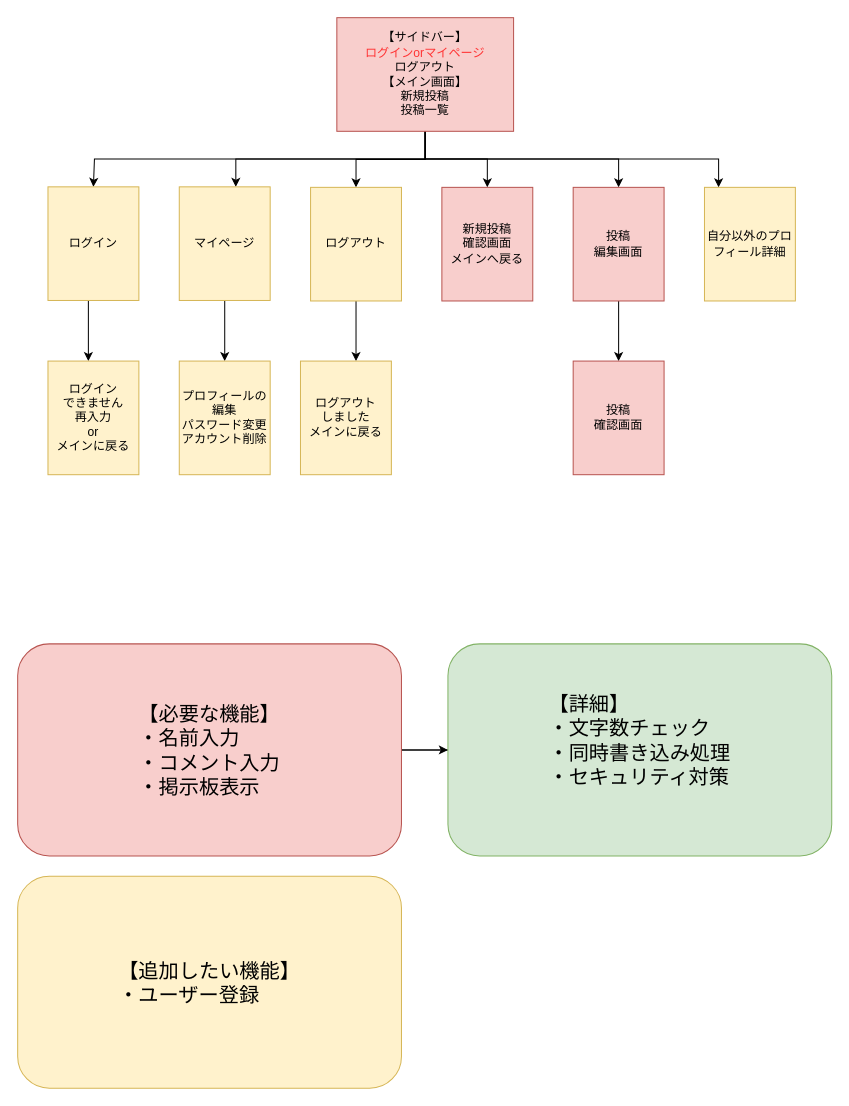
The draw.io diagram Untitled Diagram.drawio in miharu-kon/board, before the edit. Source tidied: cells renumbered, new cells numbered last; positions are measured from the earlier drawing's top-left corner, leaving out a move shared by most shapes. Both pictures are drawn from the tidied source at 101%, with x=0, y=0 at pixel (17, 17).
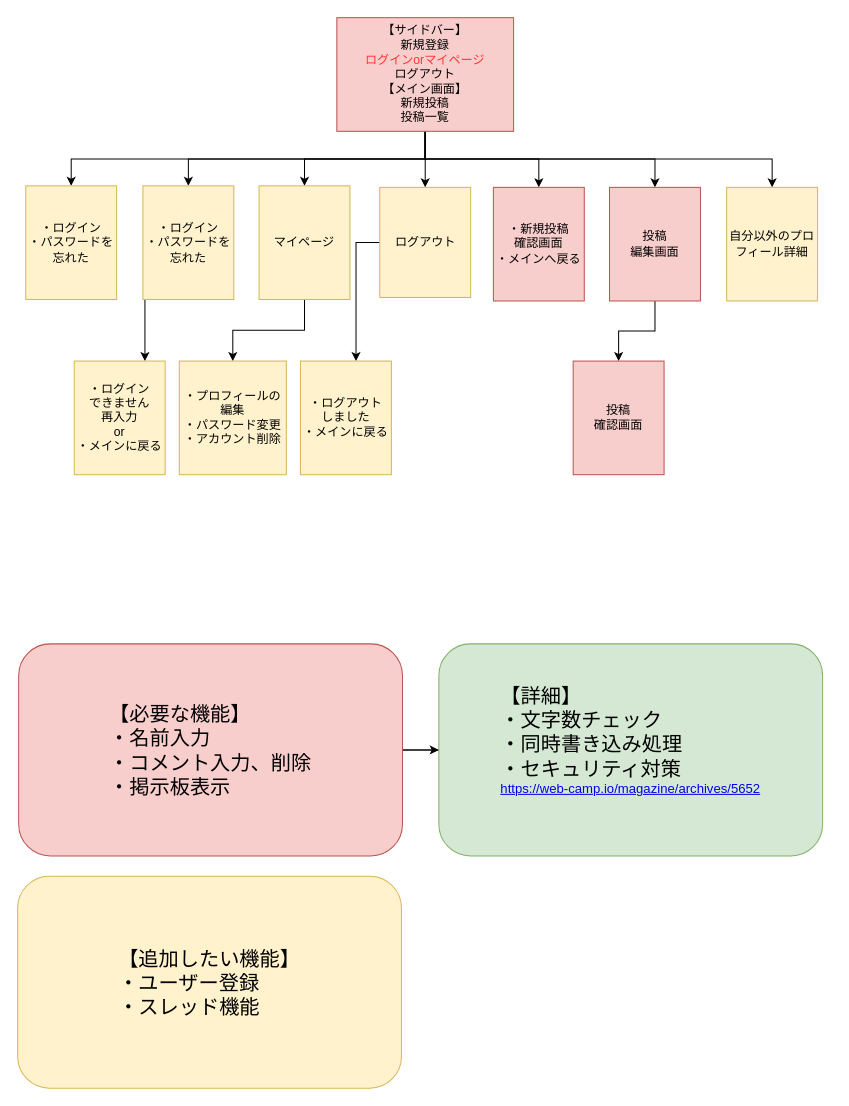
The same page after the edit.

Commit message (it also covers changes not shown here):
Untitled Diagram.drawio を更新します

The edit, as a diff of the source:
```diff
@@
     <mxCell id="2" style="edgeStyle=orthogonalEdgeStyle;rounded=0;jettySize=auto;html=1;entryX=0.5;entryY=0;entryDx=0;entryDy=0;" parent="1" edge="1" source="8" target="10">
       <mxGeometry relative="1" as="geometry">
         <Array as="points">
-          <mxPoint x="403" y="140" />
-          <mxPoint x="76" y="140" />
-          <mxPoint x="76" y="168" />
+          <mxPoint x="404" y="140" />
+          <mxPoint x="169" y="140" />
         </Array>
       </mxGeometry>
     </mxCell>
     <mxCell id="3" style="edgeStyle=orthogonalEdgeStyle;rounded=0;jettySize=auto;html=1;" parent="1" edge="1" source="8" target="13">
       <mxGeometry relative="1" as="geometry">
         <Array as="points">
-          <mxPoint x="403" y="140" />
-          <mxPoint x="216" y="140" />
+          <mxPoint x="404" y="140" />
+          <mxPoint x="284" y="140" />
         </Array>
       </mxGeometry>
     </mxCell>
-    <mxCell id="4" style="edgeStyle=orthogonalEdgeStyle;rounded=0;jettySize=auto;html=1;" parent="1" edge="1" source="8" target="15">
-      <mxGeometry relative="1" as="geometry" />
-    </mxCell>
     <mxCell id="5" style="edgeStyle=orthogonalEdgeStyle;rounded=0;jettySize=auto;html=1;" parent="1" edge="1" source="8" target="16">
       <mxGeometry relative="1" as="geometry">
         <Array as="points">
-          <mxPoint x="403" y="140" />
-          <mxPoint x="694" y="140" />
+          <mxPoint x="404" y="140" />
+          <mxPoint x="747" y="140" />
         </Array>
       </mxGeometry>
     </mxCell>
     <mxCell id="6" style="edgeStyle=orthogonalEdgeStyle;rounded=0;jettySize=auto;html=1;" parent="1" edge="1" source="8" target="23">
       <mxGeometry relative="1" as="geometry">
         <Array as="points">
-          <mxPoint x="403" y="140" />
-          <mxPoint x="465" y="140" />
+          <mxPoint x="404" y="140" />
+          <mxPoint x="516" y="140" />
         </Array>
       </mxGeometry>
     </mxCell>
     <mxCell id="7" style="edgeStyle=orthogonalEdgeStyle;rounded=0;jettySize=auto;html=1;" parent="1" edge="1" source="8" target="25">
       <mxGeometry relative="1" as="geometry">
         <Array as="points">
-          <mxPoint x="403" y="140" />
-          <mxPoint x="595" y="140" />
+          <mxPoint x="404" y="140" />
+          <mxPoint x="631" y="140" />
         </Array>
       </mxGeometry>
     </mxCell>
+    <mxCell id="28" style="edgeStyle=orthogonalEdgeStyle;rounded=0;jettySize=auto;html=1;entryX=0.5;entryY=0;entryDx=0;entryDy=0;" parent="1" edge="1" source="8" target="29">
+      <mxGeometry relative="1" as="geometry">
+        <Array as="points">
+          <mxPoint x="404" y="140" />
+          <mxPoint x="53" y="140" />
+        </Array>
+      </mxGeometry>
+    </mxCell>
+    <mxCell id="4" style="edgeStyle=orthogonalEdgeStyle;rounded=0;jettySize=auto;html=1;entryX=0.5;entryY=0;entryDx=0;entryDy=0;" parent="1" edge="1" source="8" target="15">
+      <mxGeometry relative="1" as="geometry" />
+    </mxCell>
-    <mxCell id="8" value="&lt;span&gt;【サイドバー】&lt;br&gt;&lt;font color=&quot;#ff3333&quot;&gt;ログインorマイページ&lt;/font&gt;&lt;/span&gt;&lt;br&gt;&lt;span&gt;ログアウト&lt;br&gt;【メイン画面】&lt;br&gt;新規投稿&lt;br&gt;投稿一覧&lt;/span&gt;" style="rounded=0;whiteSpace=wrap;html=1;fillColor=#f8cecc;strokeColor=#b85450;" parent="1" vertex="1">
+    <mxCell id="8" value="&lt;span&gt;【サイドバー】&lt;br&gt;新規登録&lt;br&gt;&lt;font color=&quot;#ff3333&quot;&gt;ログインorマイページ&lt;/font&gt;&lt;/span&gt;&lt;br&gt;&lt;span&gt;ログアウト&lt;br&gt;【メイン画面】&lt;br&gt;新規投稿&lt;br&gt;投稿一覧&lt;/span&gt;" style="rounded=0;whiteSpace=wrap;html=1;fillColor=#f8cecc;strokeColor=#b85450;" parent="1" vertex="1">
       <mxGeometry x="316" width="175" height="112.5" as="geometry" />
     </mxCell>
     <mxCell id="9" style="edgeStyle=orthogonalEdgeStyle;rounded=0;jettySize=auto;html=1;" parent="1" edge="1" source="10" target="11">
       <mxGeometry relative="1" as="geometry">
         <Array as="points">
-          <mxPoint x="70" y="300" />
-          <mxPoint x="70" y="300" />
+          <mxPoint x="126" y="310" />
+          <mxPoint x="126" y="310" />
         </Array>
       </mxGeometry>
     </mxCell>
-    <mxCell id="10" value="ログイン" style="whiteSpace=wrap;html=1;rounded=0;fillColor=#fff2cc;strokeColor=#d6b656;" parent="1" vertex="1">
-      <mxGeometry x="30" y="167.5" width="90" height="112.5" as="geometry" />
+    <mxCell id="10" value="・ログイン&lt;br&gt;・パスワードを忘れた" style="whiteSpace=wrap;html=1;rounded=0;fillColor=#fff2cc;strokeColor=#d6b656;" parent="1" vertex="1">
+      <mxGeometry x="124" y="166.5" width="90" height="112.5" as="geometry" />
     </mxCell>
-    <mxCell id="11" value="ログイン&lt;br&gt;できません&lt;br&gt;再入力&lt;br&gt;or&lt;br&gt;メインに戻る" style="whiteSpace=wrap;html=1;rounded=0;fillColor=#fff2cc;strokeColor=#d6b656;" parent="1" vertex="1">
-      <mxGeometry x="30" y="340" width="90" height="112.5" as="geometry" />
+    <mxCell id="11" value="・ログイン&lt;br&gt;できません&lt;br&gt;再入力&lt;br&gt;or&lt;br&gt;・メインに戻る" style="whiteSpace=wrap;html=1;rounded=0;fillColor=#fff2cc;strokeColor=#d6b656;" parent="1" vertex="1">
+      <mxGeometry x="56" y="340" width="90" height="112.5" as="geometry" />
     </mxCell>
@@
     <mxCell id="13" value="マイページ" style="rounded=0;whiteSpace=wrap;html=1;fillColor=#fff2cc;strokeColor=#d6b656;" parent="1" vertex="1">
-      <mxGeometry x="160" y="167.5" width="90" height="112.5" as="geometry" />
+      <mxGeometry x="239" y="166.5" width="90" height="112.5" as="geometry" />
     </mxCell>
@@
     <mxCell id="15" value="ログアウト" style="rounded=0;whiteSpace=wrap;html=1;fillColor=#fff2cc;strokeColor=#d6b656;" parent="1" vertex="1">
-      <mxGeometry x="290" y="168" width="90" height="112.5" as="geometry" />
+      <mxGeometry x="358.5" y="168" width="90" height="109" as="geometry" />
     </mxCell>
     <mxCell id="16" value="自分以外のプロフィール詳細" style="rounded=0;whiteSpace=wrap;html=1;fillColor=#fff2cc;strokeColor=#d6b656;" parent="1" vertex="1">
-      <mxGeometry x="680" y="168" width="90" height="112.5" as="geometry" />
+      <mxGeometry x="702" y="168" width="90" height="112.5" as="geometry" />
     </mxCell>
-    <mxCell id="17" value="プロフィールの編集&lt;br&gt;パスワード変更&lt;br&gt;アカウント削除" style="whiteSpace=wrap;html=1;rounded=0;fillColor=#fff2cc;strokeColor=#d6b656;" parent="1" vertex="1">
-      <mxGeometry x="160" y="340" width="90" height="112.5" as="geometry" />
+    <mxCell id="17" value="・プロフィールの編集&lt;br&gt;・パスワード変更&lt;br&gt;・アカウント削除" style="whiteSpace=wrap;html=1;rounded=0;fillColor=#fff2cc;strokeColor=#d6b656;" parent="1" vertex="1">
+      <mxGeometry x="160" y="340" width="106" height="112.5" as="geometry" />
     </mxCell>
-    <mxCell id="18" value="ログアウト&lt;br&gt;しました&lt;br&gt;メインに戻る" style="whiteSpace=wrap;html=1;rounded=0;fillColor=#fff2cc;strokeColor=#d6b656;" parent="1" vertex="1">
+    <mxCell id="18" value="・ログアウト&lt;br&gt;しました&lt;br&gt;・メインに戻る" style="whiteSpace=wrap;html=1;rounded=0;fillColor=#fff2cc;strokeColor=#d6b656;" parent="1" vertex="1">
       <mxGeometry x="280" y="340" width="90" height="112.5" as="geometry" />
     </mxCell>
@@
-    <mxCell id="21" value="&lt;div style=&quot;text-align: left&quot;&gt;&lt;span style=&quot;font-size: 20px&quot;&gt;【必要な機能】&lt;/span&gt;&lt;/div&gt;&lt;font style=&quot;font-size: 20px&quot;&gt;&lt;div style=&quot;text-align: left&quot;&gt;・名前入力&lt;/div&gt;&lt;div style=&quot;text-align: left&quot;&gt;・コメント入力&lt;/div&gt;&lt;/font&gt;&lt;span style=&quot;font-size: 20px&quot;&gt;&lt;div style=&quot;text-align: left&quot;&gt;・掲示板表示&lt;/div&gt;&lt;/span&gt;" style="rounded=1;whiteSpace=wrap;html=1;fillColor=#f8cecc;strokeColor=#b85450;" parent="1" vertex="1">
-      <mxGeometry y="620" width="380" height="210" as="geometry" />
+    <mxCell id="21" value="&lt;div style=&quot;text-align: left&quot;&gt;&lt;span style=&quot;font-size: 20px&quot;&gt;【必要な機能】&lt;/span&gt;&lt;/div&gt;&lt;font style=&quot;font-size: 20px&quot;&gt;&lt;div style=&quot;text-align: left&quot;&gt;・名前入力&lt;/div&gt;&lt;div style=&quot;text-align: left&quot;&gt;・コメント入力、削除&lt;/div&gt;&lt;/font&gt;&lt;span style=&quot;font-size: 20px&quot;&gt;&lt;div style=&quot;text-align: left&quot;&gt;・掲示板表示&lt;/div&gt;&lt;/span&gt;" style="rounded=1;whiteSpace=wrap;html=1;fillColor=#f8cecc;strokeColor=#b85450;" parent="1" vertex="1">
+      <mxGeometry x="1" y="620" width="380" height="210" as="geometry" />
     </mxCell>
-    <mxCell id="22" value="&lt;div style=&quot;text-align: justify ; font-size: 20px&quot;&gt;&lt;font style=&quot;font-size: 20px&quot;&gt;【詳細】&lt;/font&gt;&lt;/div&gt;&lt;div style=&quot;text-align: justify ; font-size: 20px&quot;&gt;&lt;span&gt;・文字数チェック&lt;/span&gt;&lt;/div&gt;&lt;font style=&quot;font-size: 20px&quot;&gt;&lt;div style=&quot;text-align: justify&quot;&gt;・同時書き込み処理&lt;/div&gt;&lt;div style=&quot;text-align: justify&quot;&gt;・セキュリティ対策&lt;/div&gt;&lt;p&gt;&lt;/p&gt;&lt;/font&gt;" style="rounded=1;whiteSpace=wrap;html=1;fillColor=#d5e8d4;strokeColor=#82b366;align=center;" parent="1" vertex="1">
-      <mxGeometry x="426" y="620" width="380" height="210" as="geometry" />
+    <mxCell id="22" value="&lt;div style=&quot;text-align: justify ; font-size: 20px&quot;&gt;&lt;font style=&quot;font-size: 20px&quot;&gt;【詳細】&lt;/font&gt;&lt;/div&gt;&lt;div style=&quot;text-align: justify ; font-size: 20px&quot;&gt;&lt;span&gt;・文字数チェック&lt;/span&gt;&lt;/div&gt;&lt;font&gt;&lt;div style=&quot;font-size: 20px ; text-align: justify&quot;&gt;・同時書き込み処理&lt;/div&gt;&lt;div style=&quot;font-size: 20px ; text-align: justify&quot;&gt;・セキュリティ対策&lt;/div&gt;&lt;div style=&quot;text-align: justify&quot;&gt;&lt;a href=&quot;https://web-camp.io/magazine/archives/5652&quot;&gt;&lt;font style=&quot;font-size: 13px&quot;&gt;https://web-camp.io/magazine/archives/5652&lt;/font&gt;&lt;/a&gt;&lt;br&gt;&lt;/div&gt;&lt;p style=&quot;font-size: 20px&quot;&gt;&lt;/p&gt;&lt;/font&gt;" style="rounded=1;whiteSpace=wrap;html=1;fillColor=#d5e8d4;strokeColor=#82b366;align=center;" parent="1" vertex="1">
+      <mxGeometry x="417" y="620" width="380" height="210" as="geometry" />
     </mxCell>
-    <mxCell id="23" value="新規投稿&lt;br&gt;確認画面&lt;br&gt;メインへ戻る" style="rounded=0;whiteSpace=wrap;html=1;fillColor=#f8cecc;strokeColor=#b85450;" parent="1" vertex="1">
-      <mxGeometry x="420" y="168" width="90" height="112.5" as="geometry" />
+    <mxCell id="23" value="・新規投稿&lt;br&gt;確認画面&lt;br&gt;・メインへ戻る" style="rounded=0;whiteSpace=wrap;html=1;fillColor=#f8cecc;strokeColor=#b85450;" parent="1" vertex="1">
+      <mxGeometry x="471" y="168" width="90" height="112.5" as="geometry" />
     </mxCell>
@@
     <mxCell id="25" value="投稿&lt;br&gt;編集画面" style="rounded=0;whiteSpace=wrap;html=1;fillColor=#f8cecc;strokeColor=#b85450;" parent="1" vertex="1">
-      <mxGeometry x="550" y="168" width="90" height="112.5" as="geometry" />
+      <mxGeometry x="586" y="168" width="90" height="112.5" as="geometry" />
     </mxCell>
@@
-    <mxCell id="27" value="&lt;div style=&quot;text-align: left&quot;&gt;&lt;span style=&quot;font-size: 20px&quot;&gt;【追加したい機能】&lt;/span&gt;&lt;/div&gt;&lt;font style=&quot;font-size: 20px&quot;&gt;&lt;div style=&quot;text-align: left&quot;&gt;・ユーザー登録&lt;/div&gt;&lt;/font&gt;" style="rounded=1;whiteSpace=wrap;html=1;fillColor=#fff2cc;strokeColor=#d6b656;" parent="1" vertex="1">
+    <mxCell id="27" value="&lt;div style=&quot;text-align: left&quot;&gt;&lt;span style=&quot;font-size: 20px&quot;&gt;【追加したい機能】&lt;/span&gt;&lt;/div&gt;&lt;font style=&quot;font-size: 20px&quot;&gt;&lt;div style=&quot;text-align: left&quot;&gt;・ユーザー登録&lt;/div&gt;&lt;div style=&quot;text-align: left&quot;&gt;・スレッド機能&lt;/div&gt;&lt;/font&gt;" style="rounded=1;whiteSpace=wrap;html=1;fillColor=#fff2cc;strokeColor=#d6b656;" parent="1" vertex="1">
       <mxGeometry y="850" width="380" height="210" as="geometry" />
     </mxCell>
+    <mxCell id="29" value="・ログイン&lt;br&gt;・パスワードを忘れた" style="whiteSpace=wrap;html=1;rounded=0;fillColor=#fff2cc;strokeColor=#d6b656;" parent="1" vertex="1">
+      <mxGeometry x="8" y="166.5" width="90" height="112.5" as="geometry" />
+    </mxCell>
```
